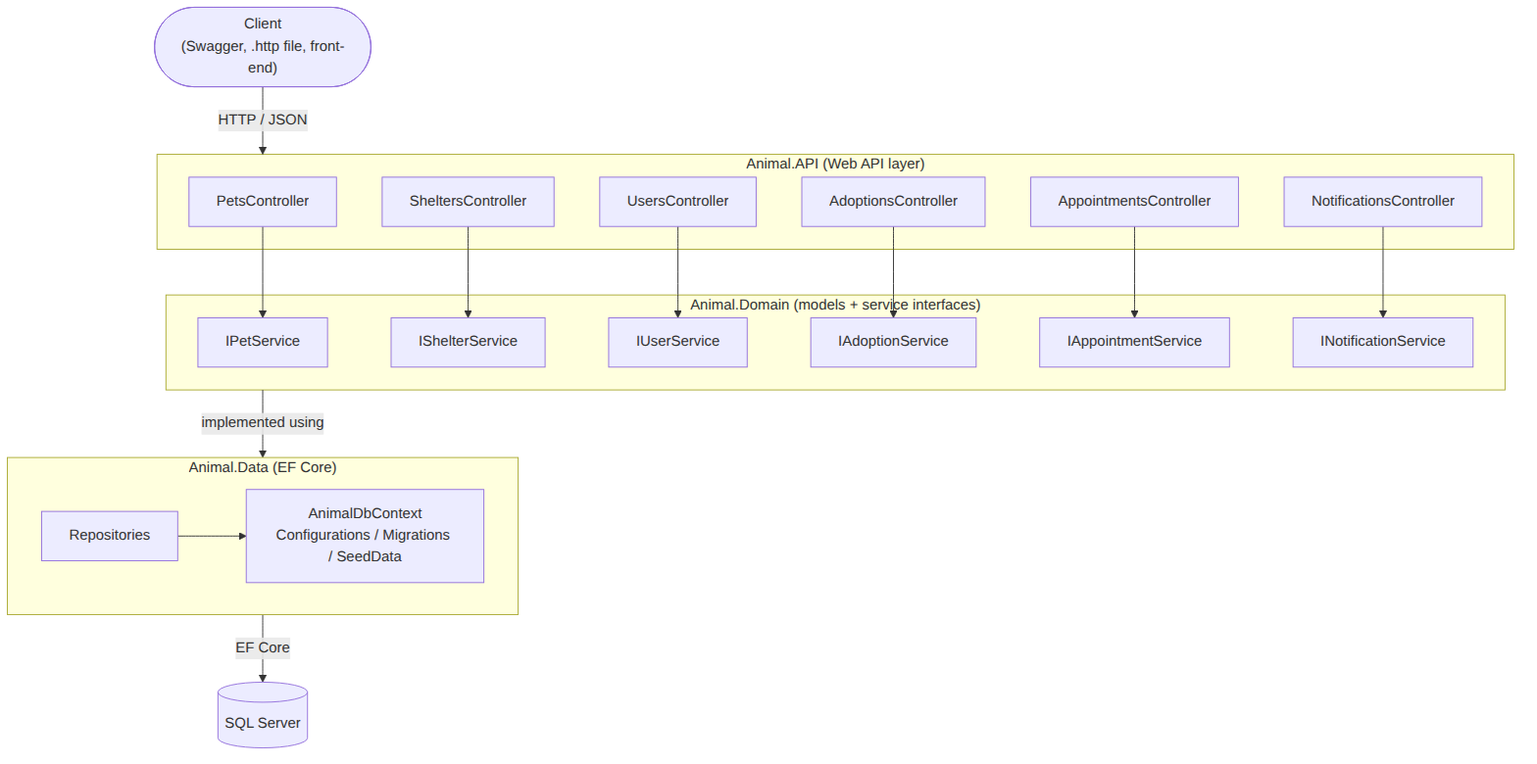
The Mermaid diagram docs/diagrams/service-diagram.png in AidinYaseri/Team-5-Web-Programming, before a commit. Its source is kept beside it as docs/diagrams/service-diagram.mmd.
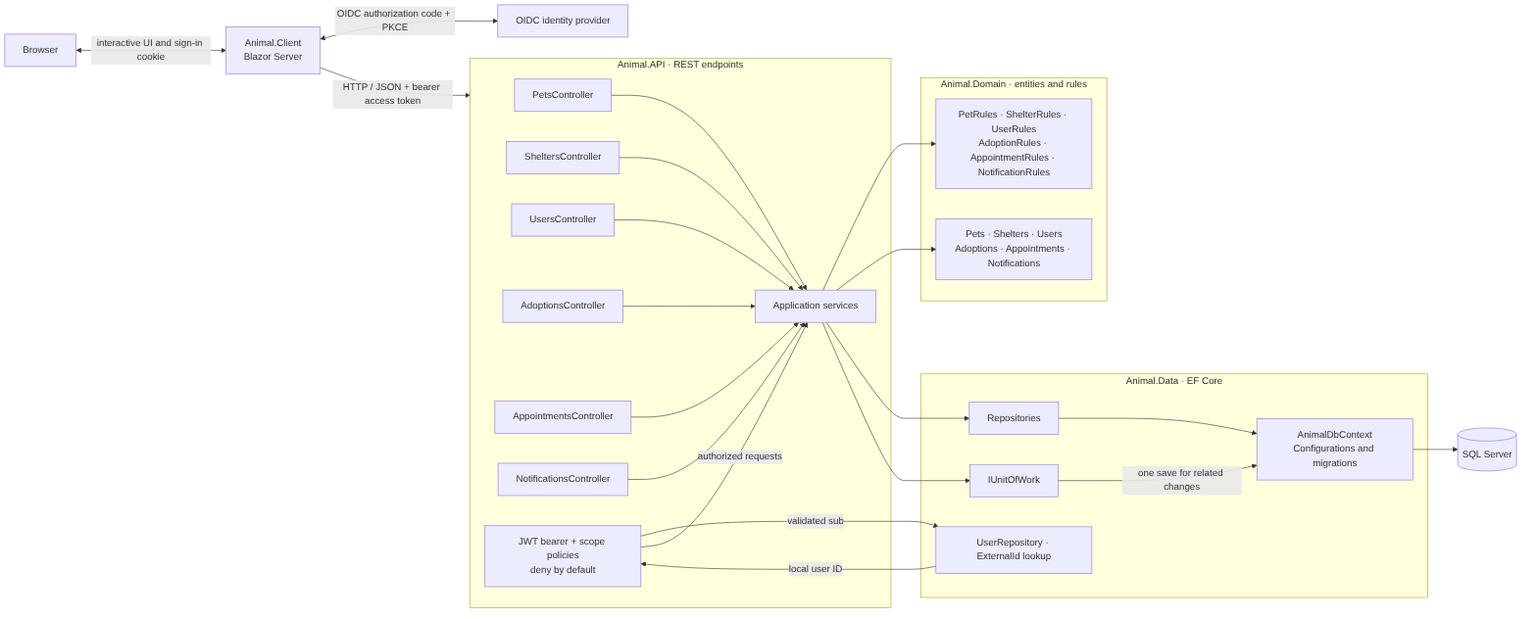
The same diagram one commit later.

Diff of the diagram source:
```diff
@@ -6,16 +6,17 @@
     subgraph API["Animal.API · REST endpoints"]
         direction TB
         Pets[PetsController]
+        Shelters[SheltersController]
+        Users[UsersController]
+        Adoptions[AdoptionsController]
         Appointments[AppointmentsController]
         Notifications[NotificationsController]
-        Auth[JWT bearer + scope policies]
+        Auth[JWT bearer + scope policies<br/>deny by default]
         Services[Application services]
     end
 
     subgraph DOMAIN["Animal.Domain · entities and rules"]
-        PetRules[PetRules]
-        AppointmentRules[AppointmentRules]
-        NotificationRules[NotificationRules]
+        Rules[PetRules · ShelterRules · UserRules<br/>AdoptionRules · AppointmentRules · NotificationRules]
         Entities[Pets · Shelters · Users<br/>Adoptions · Appointments · Notifications]
     end
 
@@ -35,11 +36,12 @@
     UserRepo -->|local user ID| Auth
     Auth -->|authorized requests| Services
     Pets --> Services
+    Shelters --> Services
+    Users --> Services
+    Adoptions --> Services
     Appointments --> Services
     Notifications --> Services
-    Services --> PetRules
-    Services --> AppointmentRules
-    Services --> NotificationRules
+    Services --> Rules
     Services --> Entities
     Services --> Repos
     Services --> UnitOfWork
```
